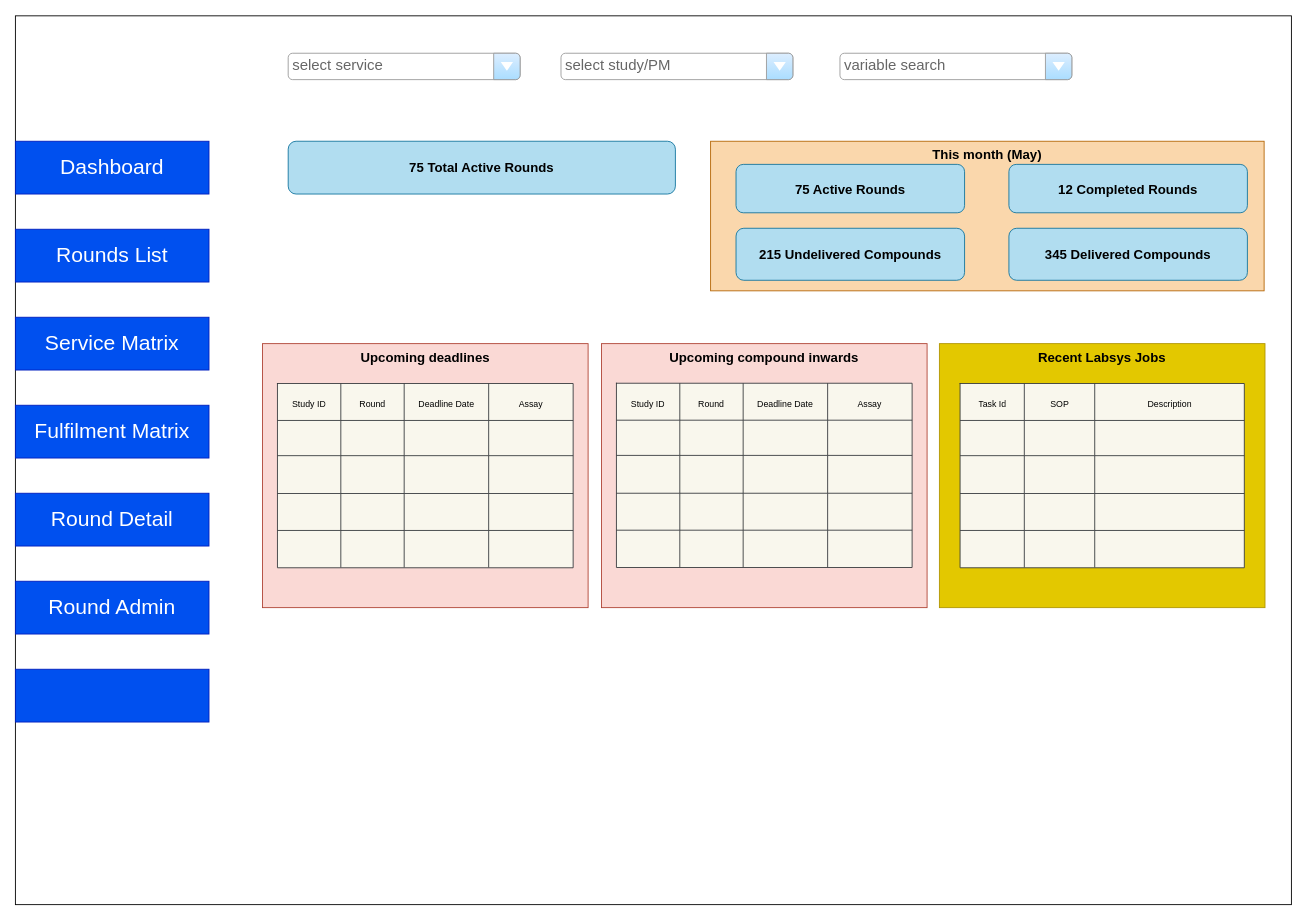
mdegaris/react-learning keeps this draw.io diagram as wip-dash.drawio. Above is the earlier version. Source tidied: cells renumbered, new cells numbered last; positions are measured from the earlier drawing's top-left corner, leaving out a move shared by most shapes. Both pictures are drawn from the tidied source at 88%, with x=0, y=0 at pixel (15, 16).
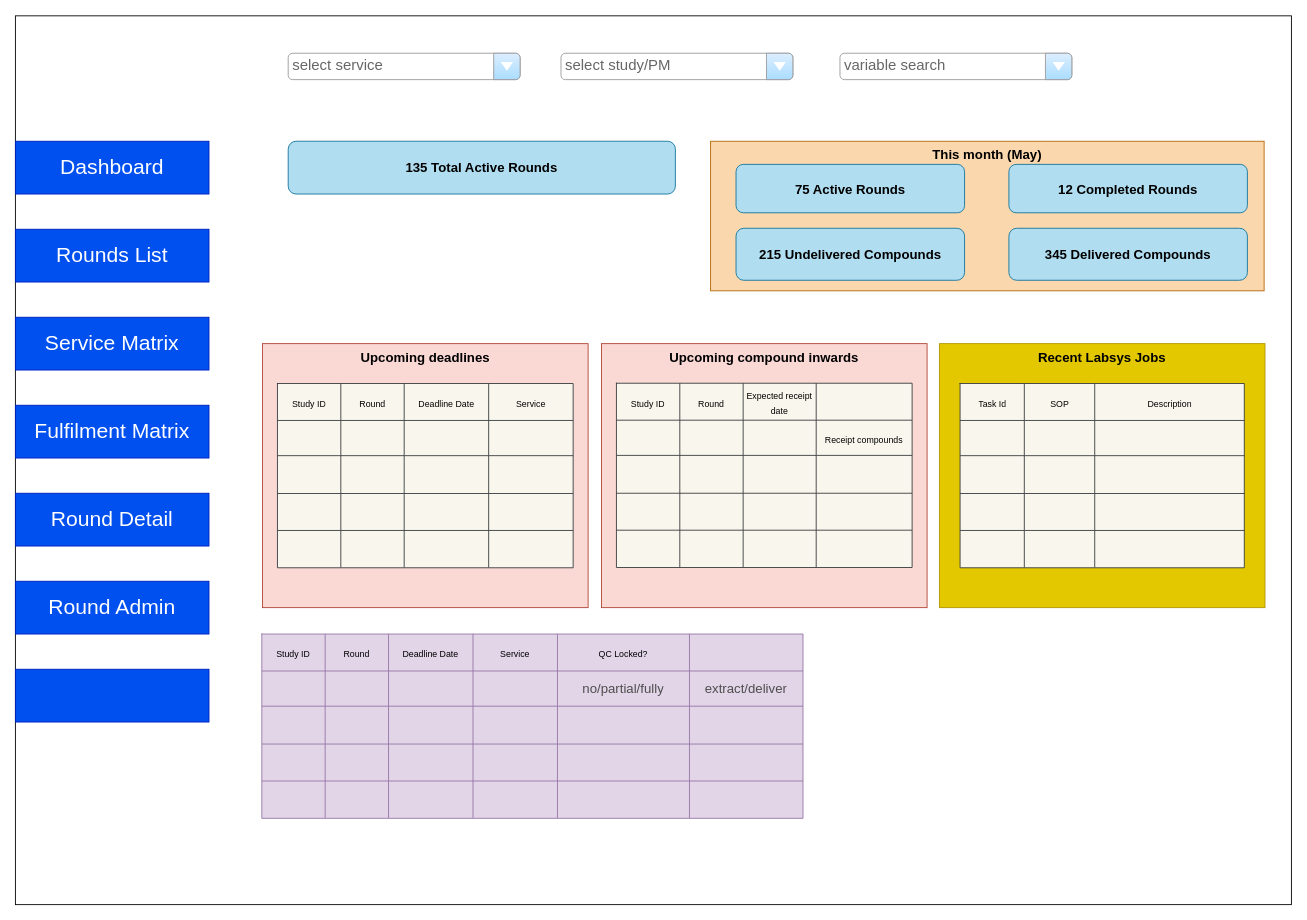
After the change.

The change refers to these unchanged cells:
```xml
<mxCell id="7" style="shape=tableRow;horizontal=0;startSize=0;swimlaneHead=0;swimlaneBody=0;top=0;left=0;bottom=0;right=0;fillColor=none;rounded=0;labelBackgroundColor=none;fontSize=15;fontColor=#FFFFFF;" parent="6" vertex="1">
  <mxGeometry width="336" height="42" as="geometry" />
</mxCell>
<mxCell id="57" style="shape=tableRow;horizontal=0;startSize=0;swimlaneHead=0;swimlaneBody=0;top=0;left=0;bottom=0;right=0;fillColor=none;rounded=0;labelBackgroundColor=none;fontSize=15;fontColor=#FFFFFF;" parent="56" vertex="1">
  <mxGeometry width="336" height="42" as="geometry" />
</mxCell>
<mxCell id="62" style="shape=tableRow;horizontal=0;startSize=0;swimlaneHead=0;swimlaneBody=0;top=0;left=0;bottom=0;right=0;fillColor=none;rounded=0;labelBackgroundColor=none;fontSize=15;fontColor=#FFFFFF;" parent="56" vertex="1">
  <mxGeometry y="42" width="336" height="40" as="geometry" />
</mxCell>
<mxCell id="67" style="shape=tableRow;horizontal=0;startSize=0;swimlaneHead=0;swimlaneBody=0;top=0;left=0;bottom=0;right=0;fillColor=none;rounded=0;labelBackgroundColor=none;fontSize=15;fontColor=#FFFFFF;" parent="56" vertex="1">
  <mxGeometry y="82" width="336" height="43" as="geometry" />
</mxCell>
<mxCell id="72" style="shape=tableRow;horizontal=0;startSize=0;swimlaneHead=0;swimlaneBody=0;top=0;left=0;bottom=0;right=0;fillColor=none;rounded=0;labelBackgroundColor=none;fontSize=15;fontColor=#FFFFFF;" parent="56" vertex="1">
  <mxGeometry y="125" width="336" height="42" as="geometry" />
</mxCell>
<mxCell id="77" style="shape=tableRow;horizontal=0;startSize=0;swimlaneHead=0;swimlaneBody=0;top=0;left=0;bottom=0;right=0;fillColor=none;rounded=0;labelBackgroundColor=none;fontSize=15;fontColor=#FFFFFF;" parent="56" vertex="1">
  <mxGeometry y="167" width="336" height="42" as="geometry" />
</mxCell>
```

What changed in the source:
```diff
@@
-    <mxCell id="11" value="&lt;font color=&quot;#000000&quot;&gt;&lt;span style=&quot;font-size: 10px&quot;&gt;Assay&lt;/span&gt;&lt;/font&gt;" style="shape=partialRectangle;html=1;whiteSpace=wrap;fillColor=none;top=0;left=0;bottom=0;right=0;overflow=hidden;rounded=0;labelBackgroundColor=none;fontSize=15;fontColor=#FFFFFF;" parent="7" vertex="1">
+    <mxCell id="11" value="&lt;font color=&quot;#000000&quot;&gt;&lt;span style=&quot;font-size: 10px&quot;&gt;Service&lt;/span&gt;&lt;/font&gt;" style="shape=partialRectangle;html=1;whiteSpace=wrap;fillColor=none;top=0;left=0;bottom=0;right=0;overflow=hidden;rounded=0;labelBackgroundColor=none;fontSize=15;fontColor=#FFFFFF;" parent="7" vertex="1">
       <mxGeometry x="240" width="96" height="42" as="geometry" />
     </mxCell>
@@
-    <mxCell id="54" value="75 Total Active Rounds" style="rounded=1;whiteSpace=wrap;html=1;fontSize=15;labelBackgroundColor=none;fillColor=#b1ddf0;strokeColor=#10739e;fontStyle=1;" parent="1" vertex="1">
+    <mxCell id="54" value="135 Total Active Rounds" style="rounded=1;whiteSpace=wrap;html=1;fontSize=15;labelBackgroundColor=none;fillColor=#b1ddf0;strokeColor=#10739e;fontStyle=1;" parent="1" vertex="1">
       <mxGeometry x="310" y="142" width="440" height="60" as="geometry" />
     </mxCell>
@@
-    <mxCell id="60" value="&lt;font color=&quot;#000000&quot;&gt;&lt;span style=&quot;font-size: 10px&quot;&gt;Deadline Date&lt;/span&gt;&lt;/font&gt;" style="shape=partialRectangle;html=1;whiteSpace=wrap;fillColor=none;top=0;left=0;bottom=0;right=0;overflow=hidden;rounded=0;labelBackgroundColor=none;fontSize=15;fontColor=#FFFFFF;" parent="57" vertex="1">
-      <mxGeometry x="144" width="96" height="42" as="geometry" />
+    <mxCell id="60" value="&lt;font color=&quot;#000000&quot;&gt;&lt;span style=&quot;font-size: 10px&quot;&gt;Expected receipt date&lt;/span&gt;&lt;/font&gt;" style="shape=partialRectangle;html=1;whiteSpace=wrap;fillColor=none;top=0;left=0;bottom=0;right=0;overflow=hidden;rounded=0;labelBackgroundColor=none;fontSize=15;fontColor=#FFFFFF;" parent="57" vertex="1">
+      <mxGeometry x="144" width="83" height="42" as="geometry" />
     </mxCell>
-    <mxCell id="61" value="&lt;font color=&quot;#000000&quot;&gt;&lt;span style=&quot;font-size: 10px&quot;&gt;Assay&lt;/span&gt;&lt;/font&gt;" style="shape=partialRectangle;html=1;whiteSpace=wrap;fillColor=none;top=0;left=0;bottom=0;right=0;overflow=hidden;rounded=0;labelBackgroundColor=none;fontSize=15;fontColor=#FFFFFF;" parent="57" vertex="1">
-      <mxGeometry x="240" width="96" height="42" as="geometry" />
+    <mxCell id="61" style="shape=partialRectangle;html=1;whiteSpace=wrap;fillColor=none;top=0;left=0;bottom=0;right=0;overflow=hidden;rounded=0;labelBackgroundColor=none;fontSize=15;fontColor=#FFFFFF;" parent="57" vertex="1">
+      <mxGeometry x="227" width="109" height="42" as="geometry" />
     </mxCell>
@@
     <mxCell id="65" style="shape=partialRectangle;html=1;whiteSpace=wrap;fillColor=none;top=0;left=0;bottom=0;right=0;overflow=hidden;rounded=0;labelBackgroundColor=none;fontSize=15;fontColor=#FFFFFF;" parent="62" vertex="1">
-      <mxGeometry x="144" width="96" height="40" as="geometry" />
+      <mxGeometry x="144" width="83" height="40" as="geometry" />
     </mxCell>
-    <mxCell id="66" style="shape=partialRectangle;html=1;whiteSpace=wrap;fillColor=none;top=0;left=0;bottom=0;right=0;overflow=hidden;rounded=0;labelBackgroundColor=none;fontSize=15;fontColor=#FFFFFF;" parent="62" vertex="1">
-      <mxGeometry x="240" width="96" height="40" as="geometry" />
+    <mxCell id="66" value="&lt;font color=&quot;#000000&quot;&gt;&lt;span style=&quot;font-size: 10px;&quot;&gt;Receipt compounds&lt;/span&gt;&lt;/font&gt;" style="shape=partialRectangle;html=1;whiteSpace=wrap;fillColor=none;top=0;left=0;bottom=0;right=0;overflow=hidden;rounded=0;labelBackgroundColor=none;fontSize=15;fontColor=#FFFFFF;" parent="62" vertex="1">
+      <mxGeometry x="227" width="109" height="40" as="geometry" />
     </mxCell>
@@
     <mxCell id="70" style="shape=partialRectangle;html=1;whiteSpace=wrap;fillColor=none;top=0;left=0;bottom=0;right=0;overflow=hidden;rounded=0;labelBackgroundColor=none;fontSize=15;fontColor=#FFFFFF;" parent="67" vertex="1">
-      <mxGeometry x="144" width="96" height="43" as="geometry" />
+      <mxGeometry x="144" width="83" height="43" as="geometry" />
     </mxCell>
     <mxCell id="71" style="shape=partialRectangle;html=1;whiteSpace=wrap;fillColor=none;top=0;left=0;bottom=0;right=0;overflow=hidden;rounded=0;labelBackgroundColor=none;fontSize=15;fontColor=#FFFFFF;" parent="67" vertex="1">
-      <mxGeometry x="240" width="96" height="43" as="geometry" />
+      <mxGeometry x="227" width="109" height="43" as="geometry" />
     </mxCell>
@@
     <mxCell id="75" style="shape=partialRectangle;html=1;whiteSpace=wrap;fillColor=none;top=0;left=0;bottom=0;right=0;overflow=hidden;rounded=0;labelBackgroundColor=none;fontSize=15;fontColor=#FFFFFF;" parent="72" vertex="1">
-      <mxGeometry x="144" width="96" height="42" as="geometry" />
+      <mxGeometry x="144" width="83" height="42" as="geometry" />
     </mxCell>
     <mxCell id="76" style="shape=partialRectangle;html=1;whiteSpace=wrap;fillColor=none;top=0;left=0;bottom=0;right=0;overflow=hidden;rounded=0;labelBackgroundColor=none;fontSize=15;fontColor=#FFFFFF;" parent="72" vertex="1">
-      <mxGeometry x="240" width="96" height="42" as="geometry" />
+      <mxGeometry x="227" width="109" height="42" as="geometry" />
     </mxCell>
@@
     <mxCell id="80" style="shape=partialRectangle;html=1;whiteSpace=wrap;fillColor=none;top=0;left=0;bottom=0;right=0;overflow=hidden;rounded=0;labelBackgroundColor=none;fontSize=15;fontColor=#FFFFFF;" parent="77" vertex="1">
-      <mxGeometry x="144" width="96" height="42" as="geometry" />
+      <mxGeometry x="144" width="83" height="42" as="geometry" />
     </mxCell>
     <mxCell id="81" style="shape=partialRectangle;html=1;whiteSpace=wrap;fillColor=none;top=0;left=0;bottom=0;right=0;overflow=hidden;rounded=0;labelBackgroundColor=none;fontSize=15;fontColor=#FFFFFF;" parent="77" vertex="1">
-      <mxGeometry x="240" width="96" height="42" as="geometry" />
+      <mxGeometry x="227" width="109" height="42" as="geometry" />
     </mxCell>
@@
+    <mxCell id="96" style="shape=table;html=1;whiteSpace=wrap;startSize=0;childLayout=tableLayout;rounded=0;labelBackgroundColor=none;fontSize=12;labelBorderColor=none;fillColor=#e1d5e7;strokeColor=#9673a6;shadow=0;swimlaneLine=0;sketch=0;" parent="1" vertex="1">
+      <mxGeometry x="280" y="702" width="615" height="209.4" as="geometry" />
+    </mxCell>
+    <mxCell id="97" style="shape=tableRow;horizontal=0;startSize=0;swimlaneHead=0;swimlaneBody=0;top=0;left=0;bottom=0;right=0;fillColor=none;rounded=0;labelBackgroundColor=none;fontSize=15;fontColor=#FFFFFF;" parent="96" vertex="1">
+      <mxGeometry width="615" height="42" as="geometry" />
+    </mxCell>
+    <mxCell id="98" value="&lt;font color=&quot;#000000&quot; style=&quot;font-size: 10px&quot;&gt;Study ID&lt;/font&gt;" style="shape=partialRectangle;html=1;whiteSpace=wrap;fillColor=none;top=0;left=0;bottom=0;right=0;overflow=hidden;rounded=0;labelBackgroundColor=none;fontSize=15;fontColor=#FFFFFF;" parent="97" vertex="1">
+      <mxGeometry width="72" height="42" as="geometry" />
+    </mxCell>
+    <mxCell id="99" value="&lt;font color=&quot;#000000&quot;&gt;&lt;span style=&quot;font-size: 10px&quot;&gt;Round&lt;/span&gt;&lt;/font&gt;" style="shape=partialRectangle;html=1;whiteSpace=wrap;fillColor=none;top=0;left=0;bottom=0;right=0;overflow=hidden;rounded=0;labelBackgroundColor=none;fontSize=15;fontColor=#FFFFFF;" parent="97" vertex="1">
+      <mxGeometry x="72" width="72" height="42" as="geometry" />
+    </mxCell>
+    <mxCell id="100" value="&lt;font color=&quot;#000000&quot;&gt;&lt;span style=&quot;font-size: 10px&quot;&gt;Deadline Date&lt;/span&gt;&lt;/font&gt;" style="shape=partialRectangle;html=1;whiteSpace=wrap;fillColor=none;top=0;left=0;bottom=0;right=0;overflow=hidden;rounded=0;labelBackgroundColor=none;fontSize=15;fontColor=#FFFFFF;" parent="97" vertex="1">
+      <mxGeometry x="144" width="96" height="42" as="geometry" />
+    </mxCell>
+    <mxCell id="101" value="&lt;font color=&quot;#000000&quot;&gt;&lt;span style=&quot;font-size: 10px;&quot;&gt;Service&lt;/span&gt;&lt;/font&gt;" style="shape=partialRectangle;html=1;whiteSpace=wrap;fillColor=none;top=0;left=0;bottom=0;right=0;overflow=hidden;rounded=0;labelBackgroundColor=none;fontSize=15;fontColor=#FFFFFF;" parent="97" vertex="1">
+      <mxGeometry x="240" width="96" height="42" as="geometry" />
+    </mxCell>
+    <mxCell id="102" value="&lt;font color=&quot;#000000&quot;&gt;&lt;span style=&quot;font-size: 10px;&quot;&gt;QC Locked?&lt;/span&gt;&lt;/font&gt;" style="shape=partialRectangle;html=1;whiteSpace=wrap;fillColor=none;top=0;left=0;bottom=0;right=0;overflow=hidden;rounded=0;labelBackgroundColor=none;fontSize=15;fontColor=#FFFFFF;" parent="97" vertex="1">
+      <mxGeometry x="336" width="150" height="42" as="geometry" />
+    </mxCell>
+    <mxCell id="103" style="shape=partialRectangle;html=1;whiteSpace=wrap;fillColor=none;top=0;left=0;bottom=0;right=0;overflow=hidden;rounded=0;labelBackgroundColor=none;fontSize=15;fontColor=#FFFFFF;" parent="97" vertex="1">
+      <mxGeometry x="486" width="129" height="42" as="geometry" />
+    </mxCell>
+    <mxCell id="104" style="shape=tableRow;horizontal=0;startSize=0;swimlaneHead=0;swimlaneBody=0;top=0;left=0;bottom=0;right=0;fillColor=none;rounded=0;labelBackgroundColor=none;fontSize=15;fontColor=#FFFFFF;" parent="96" vertex="1">
+      <mxGeometry y="42" width="615" height="40" as="geometry" />
+    </mxCell>
+    <mxCell id="105" style="shape=partialRectangle;html=1;whiteSpace=wrap;fillColor=none;top=0;left=0;bottom=0;right=0;overflow=hidden;rounded=0;labelBackgroundColor=none;fontSize=15;fontColor=#FFFFFF;" parent="104" vertex="1">
+      <mxGeometry width="72" height="40" as="geometry" />
+    </mxCell>
+    <mxCell id="106" style="shape=partialRectangle;html=1;whiteSpace=wrap;fillColor=none;top=0;left=0;bottom=0;right=0;overflow=hidden;rounded=0;labelBackgroundColor=none;fontSize=15;fontColor=#FFFFFF;" parent="104" vertex="1">
+      <mxGeometry x="72" width="72" height="40" as="geometry" />
+    </mxCell>
+    <mxCell id="107" style="shape=partialRectangle;html=1;whiteSpace=wrap;fillColor=none;top=0;left=0;bottom=0;right=0;overflow=hidden;rounded=0;labelBackgroundColor=none;fontSize=15;fontColor=#FFFFFF;" parent="104" vertex="1">
+      <mxGeometry x="144" width="96" height="40" as="geometry" />
+    </mxCell>
+    <mxCell id="108" style="shape=partialRectangle;html=1;whiteSpace=wrap;fillColor=none;top=0;left=0;bottom=0;right=0;overflow=hidden;rounded=0;labelBackgroundColor=none;fontSize=15;fontColor=#FFFFFF;" parent="104" vertex="1">
+      <mxGeometry x="240" width="96" height="40" as="geometry" />
+    </mxCell>
+    <mxCell id="109" value="&lt;font color=&quot;#4d4d4d&quot;&gt;no/partial/fully&lt;/font&gt;" style="shape=partialRectangle;html=1;whiteSpace=wrap;fillColor=none;top=0;left=0;bottom=0;right=0;overflow=hidden;rounded=0;labelBackgroundColor=none;fontSize=15;fontColor=#FFFFFF;" parent="104" vertex="1">
+      <mxGeometry x="336" width="150" height="40" as="geometry" />
+    </mxCell>
+    <mxCell id="110" value="&lt;font color=&quot;#4d4d4d&quot;&gt;extract/deliver&lt;/font&gt;" style="shape=partialRectangle;html=1;whiteSpace=wrap;fillColor=none;top=0;left=0;bottom=0;right=0;overflow=hidden;rounded=0;labelBackgroundColor=none;fontSize=15;fontColor=#FFFFFF;" parent="104" vertex="1">
+      <mxGeometry x="486" width="129" height="40" as="geometry" />
+    </mxCell>
+    <mxCell id="111" style="shape=tableRow;horizontal=0;startSize=0;swimlaneHead=0;swimlaneBody=0;top=0;left=0;bottom=0;right=0;fillColor=none;rounded=0;labelBackgroundColor=none;fontSize=15;fontColor=#FFFFFF;" parent="96" vertex="1">
+      <mxGeometry y="82" width="615" height="43" as="geometry" />
+    </mxCell>
+    <mxCell id="112" style="shape=partialRectangle;html=1;whiteSpace=wrap;fillColor=none;top=0;left=0;bottom=0;right=0;overflow=hidden;rounded=0;labelBackgroundColor=none;fontSize=15;fontColor=#FFFFFF;" parent="111" vertex="1">
+      <mxGeometry width="72" height="43" as="geometry" />
+    </mxCell>
+    <mxCell id="113" style="shape=partialRectangle;html=1;whiteSpace=wrap;fillColor=none;top=0;left=0;bottom=0;right=0;overflow=hidden;rounded=0;labelBackgroundColor=none;fontSize=15;fontColor=#FFFFFF;" parent="111" vertex="1">
+      <mxGeometry x="72" width="72" height="43" as="geometry" />
+    </mxCell>
+    <mxCell id="114" style="shape=partialRectangle;html=1;whiteSpace=wrap;fillColor=none;top=0;left=0;bottom=0;right=0;overflow=hidden;rounded=0;labelBackgroundColor=none;fontSize=15;fontColor=#FFFFFF;" parent="111" vertex="1">
+      <mxGeometry x="144" width="96" height="43" as="geometry" />
+    </mxCell>
+    <mxCell id="115" style="shape=partialRectangle;html=1;whiteSpace=wrap;fillColor=none;top=0;left=0;bottom=0;right=0;overflow=hidden;rounded=0;labelBackgroundColor=none;fontSize=15;fontColor=#FFFFFF;" parent="111" vertex="1">
+      <mxGeometry x="240" width="96" height="43" as="geometry" />
+    </mxCell>
+    <mxCell id="116" style="shape=partialRectangle;html=1;whiteSpace=wrap;fillColor=none;top=0;left=0;bottom=0;right=0;overflow=hidden;rounded=0;labelBackgroundColor=none;fontSize=15;fontColor=#FFFFFF;" parent="111" vertex="1">
+      <mxGeometry x="336" width="150" height="43" as="geometry" />
+    </mxCell>
+    <mxCell id="117" style="shape=partialRectangle;html=1;whiteSpace=wrap;fillColor=none;top=0;left=0;bottom=0;right=0;overflow=hidden;rounded=0;labelBackgroundColor=none;fontSize=15;fontColor=#FFFFFF;" parent="111" vertex="1">
+      <mxGeometry x="486" width="129" height="43" as="geometry" />
+    </mxCell>
+    <mxCell id="118" style="shape=tableRow;horizontal=0;startSize=0;swimlaneHead=0;swimlaneBody=0;top=0;left=0;bottom=0;right=0;fillColor=none;rounded=0;labelBackgroundColor=none;fontSize=15;fontColor=#FFFFFF;" parent="96" vertex="1">
+      <mxGeometry y="125" width="615" height="42" as="geometry" />
+    </mxCell>
+    <mxCell id="119" style="shape=partialRectangle;html=1;whiteSpace=wrap;fillColor=none;top=0;left=0;bottom=0;right=0;overflow=hidden;rounded=0;labelBackgroundColor=none;fontSize=15;fontColor=#FFFFFF;" parent="118" vertex="1">
+      <mxGeometry width="72" height="42" as="geometry" />
+    </mxCell>
+    <mxCell id="120" style="shape=partialRectangle;html=1;whiteSpace=wrap;fillColor=none;top=0;left=0;bottom=0;right=0;overflow=hidden;rounded=0;labelBackgroundColor=none;fontSize=15;fontColor=#FFFFFF;" parent="118" vertex="1">
+      <mxGeometry x="72" width="72" height="42" as="geometry" />
+    </mxCell>
+    <mxCell id="121" style="shape=partialRectangle;html=1;whiteSpace=wrap;fillColor=none;top=0;left=0;bottom=0;right=0;overflow=hidden;rounded=0;labelBackgroundColor=none;fontSize=15;fontColor=#FFFFFF;" parent="118" vertex="1">
+      <mxGeometry x="144" width="96" height="42" as="geometry" />
+    </mxCell>
+    <mxCell id="122" style="shape=partialRectangle;html=1;whiteSpace=wrap;fillColor=none;top=0;left=0;bottom=0;right=0;overflow=hidden;rounded=0;labelBackgroundColor=none;fontSize=15;fontColor=#FFFFFF;" parent="118" vertex="1">
+      <mxGeometry x="240" width="96" height="42" as="geometry" />
+    </mxCell>
+    <mxCell id="123" style="shape=partialRectangle;html=1;whiteSpace=wrap;fillColor=none;top=0;left=0;bottom=0;right=0;overflow=hidden;rounded=0;labelBackgroundColor=none;fontSize=15;fontColor=#FFFFFF;" parent="118" vertex="1">
+      <mxGeometry x="336" width="150" height="42" as="geometry" />
+    </mxCell>
+    <mxCell id="124" style="shape=partialRectangle;html=1;whiteSpace=wrap;fillColor=none;top=0;left=0;bottom=0;right=0;overflow=hidden;rounded=0;labelBackgroundColor=none;fontSize=15;fontColor=#FFFFFF;" parent="118" vertex="1">
+      <mxGeometry x="486" width="129" height="42" as="geometry" />
+    </mxCell>
+    <mxCell id="125" style="shape=tableRow;horizontal=0;startSize=0;swimlaneHead=0;swimlaneBody=0;top=0;left=0;bottom=0;right=0;fillColor=none;rounded=0;labelBackgroundColor=none;fontSize=15;fontColor=#FFFFFF;" parent="96" vertex="1">
+      <mxGeometry y="167" width="615" height="42" as="geometry" />
+    </mxCell>
+    <mxCell id="126" style="shape=partialRectangle;html=1;whiteSpace=wrap;fillColor=none;top=0;left=0;bottom=0;right=0;overflow=hidden;rounded=0;labelBackgroundColor=none;fontSize=15;fontColor=#FFFFFF;" parent="125" vertex="1">
+      <mxGeometry width="72" height="42" as="geometry" />
+    </mxCell>
+    <mxCell id="127" style="shape=partialRectangle;html=1;whiteSpace=wrap;fillColor=none;top=0;left=0;bottom=0;right=0;overflow=hidden;rounded=0;labelBackgroundColor=none;fontSize=15;fontColor=#FFFFFF;" parent="125" vertex="1">
+      <mxGeometry x="72" width="72" height="42" as="geometry" />
+    </mxCell>
+    <mxCell id="128" style="shape=partialRectangle;html=1;whiteSpace=wrap;fillColor=none;top=0;left=0;bottom=0;right=0;overflow=hidden;rounded=0;labelBackgroundColor=none;fontSize=15;fontColor=#FFFFFF;" parent="125" vertex="1">
+      <mxGeometry x="144" width="96" height="42" as="geometry" />
+    </mxCell>
+    <mxCell id="129" style="shape=partialRectangle;html=1;whiteSpace=wrap;fillColor=none;top=0;left=0;bottom=0;right=0;overflow=hidden;rounded=0;labelBackgroundColor=none;fontSize=15;fontColor=#FFFFFF;" parent="125" vertex="1">
+      <mxGeometry x="240" width="96" height="42" as="geometry" />
+    </mxCell>
+    <mxCell id="130" style="shape=partialRectangle;html=1;whiteSpace=wrap;fillColor=none;top=0;left=0;bottom=0;right=0;overflow=hidden;rounded=0;labelBackgroundColor=none;fontSize=15;fontColor=#FFFFFF;" parent="125" vertex="1">
+      <mxGeometry x="336" width="150" height="42" as="geometry" />
+    </mxCell>
+    <mxCell id="131" style="shape=partialRectangle;html=1;whiteSpace=wrap;fillColor=none;top=0;left=0;bottom=0;right=0;overflow=hidden;rounded=0;labelBackgroundColor=none;fontSize=15;fontColor=#FFFFFF;" parent="125" vertex="1">
+      <mxGeometry x="486" width="129" height="42" as="geometry" />
+    </mxCell>
```
